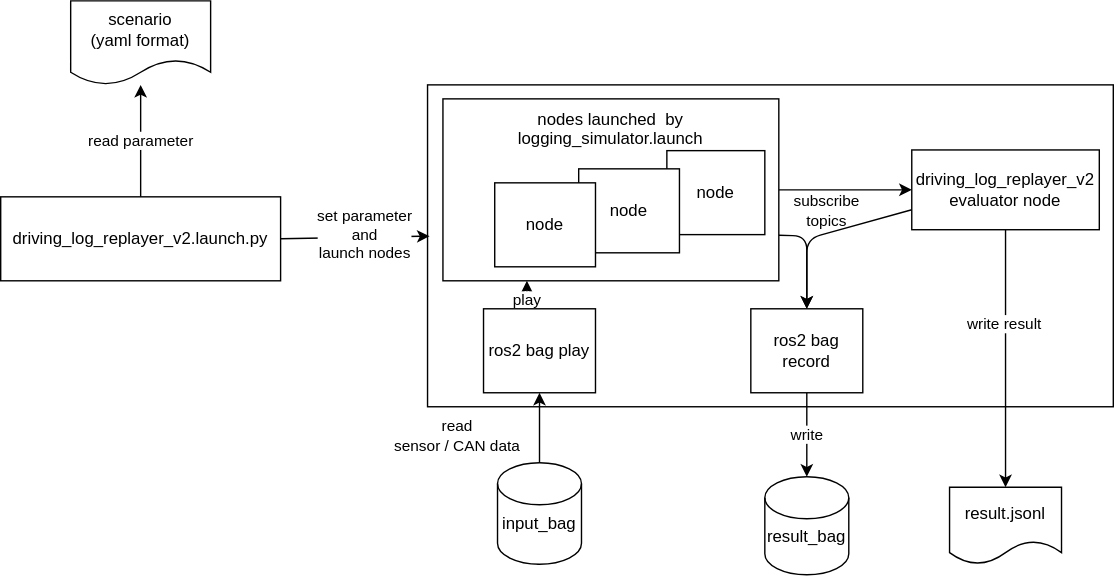
Earlier version of the draw.io export docs/overview/images/overview.drawio.svg (tier4/driving_log_replayer_v2). Source tidied: cells renumbered, new cells last; positions are measured from the earlier drawing's top-left corner, leaving out a move shared by most shapes.
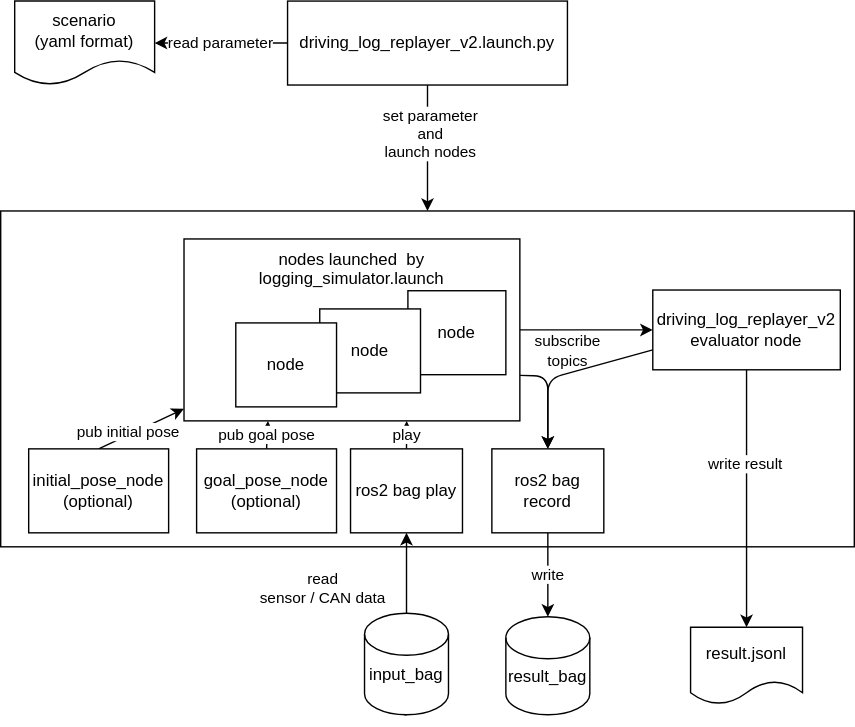
The same diagram one commit later.

Diff of the diagram source:
```diff
@@ -3,7 +3,7 @@
     <mxCell id="0" />
     <mxCell id="1" parent="0" />
     <mxCell id="2" style="rounded=0;whiteSpace=wrap;html=1;" parent="1" vertex="1">
-      <mxGeometry x="305" y="60" width="490" height="230" as="geometry" />
+      <mxGeometry x="185" y="50" width="610" height="240" as="geometry" />
     </mxCell>
     <mxCell id="3" value="subscribe&lt;br&gt;topics" style="edgeStyle=orthogonalEdgeStyle;rounded=0;jettySize=auto;html=1;" parent="1" edge="1" source="5" target="22">
       <mxGeometry x="-0.28" y="-15" relative="1" as="geometry" />
@@ -25,19 +25,16 @@
       <mxGeometry relative="1" as="geometry" />
     </mxCell>
     <mxCell id="8" value="driving_log_replayer_v2.launch.py" style="rounded=0;whiteSpace=wrap;html=1;" parent="1" vertex="1">
-      <mxGeometry y="140" width="200" height="60" as="geometry" />
+      <mxGeometry x="390" y="-100" width="200" height="60" as="geometry" />
     </mxCell>
     <mxCell id="9" value="read&lt;br&gt;sensor / CAN data" style="edgeStyle=orthogonalEdgeStyle;rounded=0;jettySize=auto;html=1;exitX=0.5;exitY=1;exitDx=0;exitDy=0;startArrow=none;" parent="1" edge="1" source="24">
-      <mxGeometry x="1" y="99" relative="1" as="geometry">
-        <mxPoint x="384" y="390" as="targetPoint" />
-        <mxPoint x="41" y="-79" as="offset" />
+      <mxGeometry x="1" y="92" relative="1" as="geometry">
+        <mxPoint x="474" y="390" as="targetPoint" />
+        <mxPoint x="33" y="-70" as="offset" />
       </mxGeometry>
     </mxCell>
-    <mxCell id="10" value="play" style="edgeStyle=orthogonalEdgeStyle;rounded=0;jettySize=auto;html=1;exitX=0.5;exitY=0;exitDx=0;exitDy=0;entryX=0.25;entryY=1;entryDx=0;entryDy=0;" parent="1" edge="1" source="11" target="5">
-      <mxGeometry relative="1" as="geometry" />
-    </mxCell>
     <mxCell id="11" value="ros2 bag play" style="rounded=0;whiteSpace=wrap;html=1;" parent="1" vertex="1">
-      <mxGeometry x="345" y="220" width="80" height="60" as="geometry" />
+      <mxGeometry x="435" y="220" width="80" height="60" as="geometry" />
     </mxCell>
     <mxCell id="12" value="node" style="rounded=0;whiteSpace=wrap;html=1;fontStyle=0;" parent="1" vertex="1">
       <mxGeometry x="413" y="120" width="72" height="60" as="geometry" />
@@ -55,7 +52,7 @@
       <mxGeometry x="353" y="130" width="72" height="60" as="geometry" />
     </mxCell>
     <mxCell id="17" value="scenario&lt;br&gt;(yaml format)" style="shape=document;whiteSpace=wrap;html=1;boundedLbl=1;" parent="1" vertex="1">
-      <mxGeometry x="50" width="100" height="60" as="geometry" />
+      <mxGeometry x="195" y="-100" width="100" height="60" as="geometry" />
     </mxCell>
     <mxCell id="18" value="result.jsonl" style="shape=document;whiteSpace=wrap;html=1;boundedLbl=1;" parent="1" vertex="1">
       <mxGeometry x="678" y="347.5" width="80" height="55" as="geometry" />
@@ -80,13 +77,33 @@
       <mxGeometry relative="1" as="geometry" />
     </mxCell>
     <mxCell id="24" value="&lt;br&gt;input_bag" style="shape=cylinder2;whiteSpace=wrap;html=1;boundedLbl=1;backgroundOutline=1;size=15;" parent="1" vertex="1">
-      <mxGeometry x="355" y="330" width="60" height="72.5" as="geometry" />
+      <mxGeometry x="445" y="337.5" width="60" height="72.5" as="geometry" />
     </mxCell>
-    <mxCell id="25" style="edgeStyle=none;html=1;exitX=1;exitY=0.5;exitDx=0;exitDy=0;entryX=0.003;entryY=0.47;entryDx=0;entryDy=0;entryPerimeter=0;" parent="1" edge="1" source="8" target="2">
+    <mxCell id="25" style="edgeStyle=none;html=1;exitX=0.5;exitY=1;exitDx=0;exitDy=0;entryX=0.5;entryY=0;entryDx=0;entryDy=0;" parent="1" edge="1" source="8" target="2">
       <mxGeometry relative="1" as="geometry" />
     </mxCell>
     <mxCell id="26" value="set parameter&lt;br&gt;and&lt;br&gt;launch nodes" style="edgeLabel;html=1;align=center;verticalAlign=middle;" parent="25" vertex="1">
-      <mxGeometry x="0.12" y="2" relative="1" as="geometry" />
+      <mxGeometry x="0.12" y="2" relative="1" as="geometry">
+        <mxPoint x="-1" y="-16" as="offset" />
+      </mxGeometry>
     </mxCell>
+    <mxCell id="10" value="play" style="edgeStyle=none;html=1;exitX=0.5;exitY=0;exitDx=0;exitDy=0;entryX=0.663;entryY=1;entryDx=0;entryDy=0;entryPerimeter=0;" parent="1" edge="1" source="11" target="5">
+      <mxGeometry relative="1" as="geometry" />
+    </mxCell>
+    <mxCell id="27" style="edgeStyle=none;html=1;exitX=0.5;exitY=0;exitDx=0;exitDy=0;" parent="1" edge="1" source="29" target="5">
+      <mxGeometry relative="1" as="geometry" />
+    </mxCell>
+    <mxCell id="28" value="pub initial pose" style="edgeLabel;html=1;align=center;verticalAlign=middle;" parent="27" vertex="1">
+      <mxGeometry x="-0.29" y="2" relative="1" as="geometry" />
+    </mxCell>
+    <mxCell id="29" value="initial_pose_node&lt;div&gt;(optional)&lt;/div&gt;" style="rounded=0;whiteSpace=wrap;html=1;" parent="1" vertex="1">
+      <mxGeometry x="205" y="220" width="100" height="60" as="geometry" />
+    </mxCell>
+    <mxCell id="30" value="pub goal pose" style="edgeStyle=none;html=1;exitX=0.5;exitY=0;exitDx=0;exitDy=0;entryX=0.25;entryY=1;entryDx=0;entryDy=0;" parent="1" edge="1" source="31" target="5">
+      <mxGeometry relative="1" as="geometry" />
+    </mxCell>
+    <mxCell id="31" value="goal_pose_node&lt;div&gt;(optional)&lt;/div&gt;" style="rounded=0;whiteSpace=wrap;html=1;" parent="1" vertex="1">
+      <mxGeometry x="325" y="220" width="100" height="60" as="geometry" />
+    </mxCell>
   </root>
 </mxGraphModel>
```
